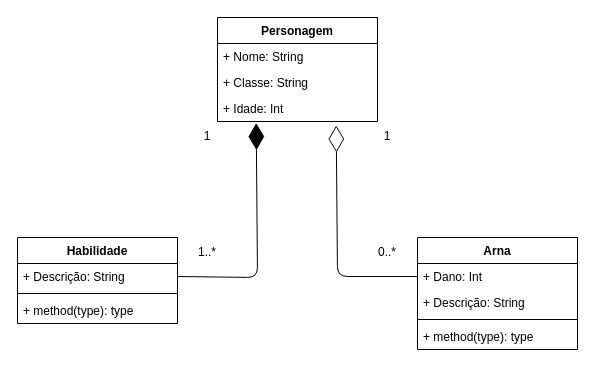
The draw.io diagram uml.drawio in ArthurOpenheimer/CharacterManager, before the edit. Source tidied: cells renumbered, new cells numbered last; positions are measured from the earlier drawing's top-left corner, leaving out a move shared by most shapes. Both pictures are drawn from the tidied source at 100%, with x=0, y=0 at pixel (17, 17).
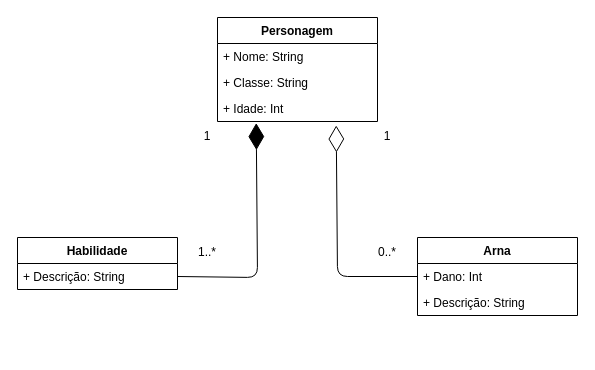
The same diagram, later.

Diff of the diagram source:
```diff
@@
     <mxCell id="6" value="Arna" style="swimlane;fontStyle=1;align=center;verticalAlign=top;horizontal=1;startSize=26;" parent="1" vertex="1">
-      <mxGeometry x="400" y="220" width="160" height="112" as="geometry" />
+      <mxGeometry x="400" y="220" width="160" height="78" as="geometry" />
     </mxCell>
@@
-    <mxCell id="9" style="line;strokeWidth=1;fillColor=none;align=left;verticalAlign=middle;spacingTop=-1;spacingLeft=3;spacingRight=3;labelPosition=right;strokeColor=inherit;" parent="6" vertex="1">
-      <mxGeometry y="78" width="160" height="8" as="geometry" />
-    </mxCell>
-    <mxCell id="10" value="+ method(type): type" style="text;strokeColor=none;fillColor=none;align=left;verticalAlign=top;spacingLeft=4;spacingRight=4;overflow=hidden;" parent="6" vertex="1">
-      <mxGeometry y="86" width="160" height="26" as="geometry" />
-    </mxCell>
     <mxCell id="11" value="Habilidade" style="swimlane;fontStyle=1;align=center;verticalAlign=top;horizontal=1;startSize=26;" parent="1" vertex="1">
-      <mxGeometry y="220" width="160" height="86" as="geometry" />
+      <mxGeometry y="220" width="160" height="52" as="geometry" />
     </mxCell>
@@
-    <mxCell id="13" style="line;strokeWidth=1;fillColor=none;align=left;verticalAlign=middle;spacingTop=-1;spacingLeft=3;spacingRight=3;labelPosition=right;strokeColor=inherit;" parent="11" vertex="1">
-      <mxGeometry y="52" width="160" height="8" as="geometry" />
-    </mxCell>
-    <mxCell id="14" value="+ method(type): type" style="text;strokeColor=none;fillColor=none;align=left;verticalAlign=top;spacingLeft=4;spacingRight=4;overflow=hidden;" parent="11" vertex="1">
-      <mxGeometry y="60" width="160" height="26" as="geometry" />
-    </mxCell>
```
